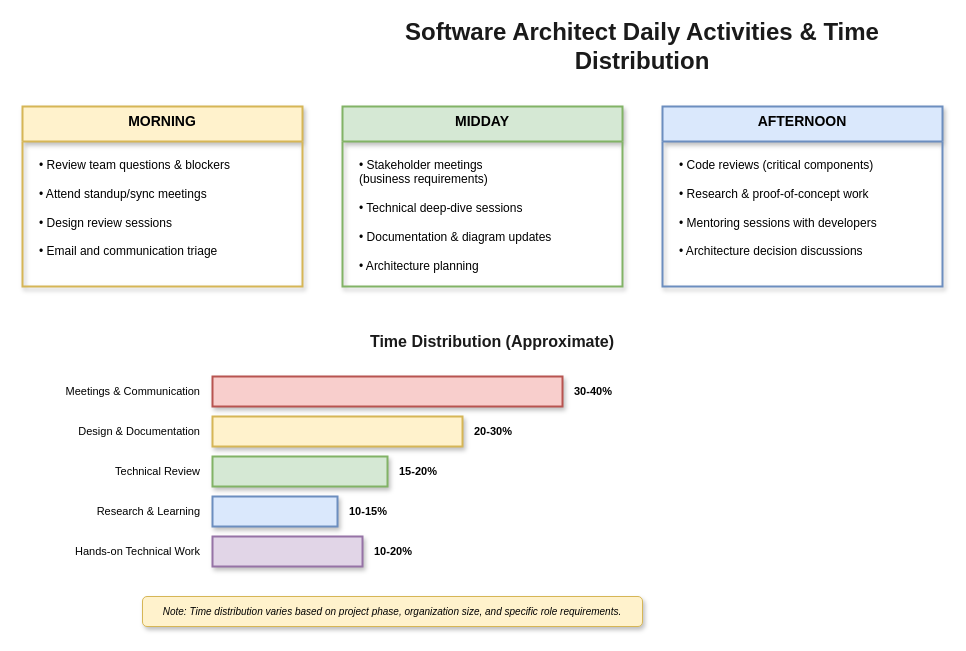
Earlier version of the draw.io diagram lesson-00-software-architect-overview/01-how-a-software-architect-works/1.2-daily-activities-time.drawio (MrParkerZ7/document-lesson-software-architect-x-claude). Source tidied: cells renumbered, new cells numbered last; positions are measured from the earlier drawing's top-left corner, leaving out a move shared by most shapes. Both pictures are drawn from the tidied source at 100%, with x=0, y=0 at pixel (22, 26).
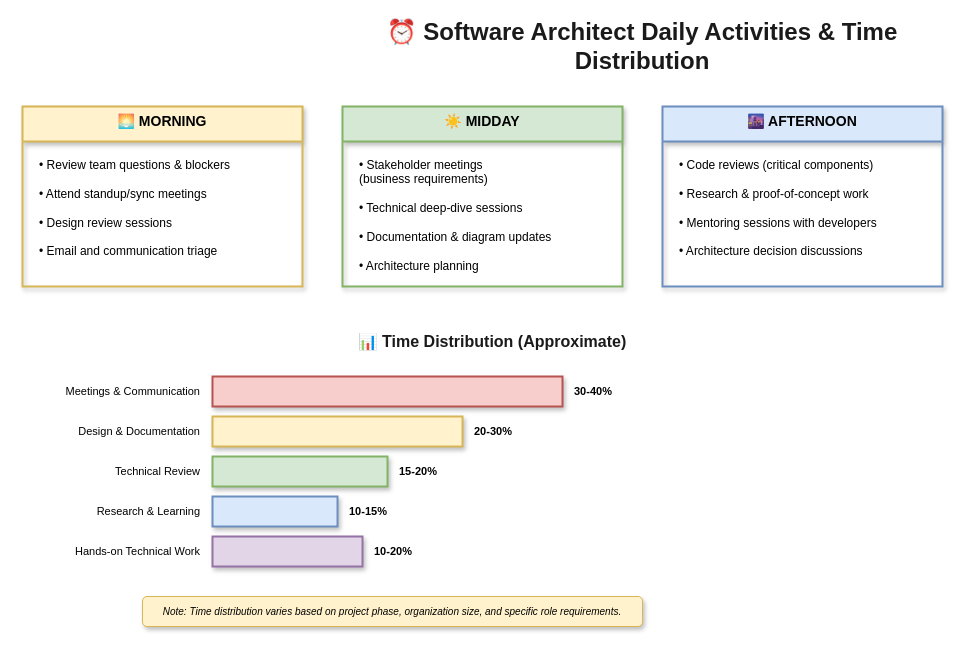
The same page after the edit.

What changed in the source:
```diff
@@
-    <mxCell id="2" value="Software Architect Daily Activities &amp; Time Distribution" style="text;html=1;strokeColor=none;fillColor=none;align=center;verticalAlign=middle;whiteSpace=wrap;rounded=0;fontSize=24;fontStyle=1;fontColor=#1a1a1a;" parent="1" vertex="1">
+    <mxCell id="2" value="⏰ Software Architect Daily Activities &amp; Time Distribution" style="text;html=1;strokeColor=none;fillColor=none;align=center;verticalAlign=middle;whiteSpace=wrap;rounded=0;fontSize=24;fontStyle=1;fontColor=#1a1a1a;" parent="1" vertex="1">
       <mxGeometry x="320" width="600" height="40" as="geometry" />
     </mxCell>
-    <mxCell id="3" value="MORNING" style="swimlane;fontStyle=1;align=center;verticalAlign=top;horizontal=1;startSize=35;fillColor=#fff2cc;strokeColor=#d6b656;fontSize=14;rounded=0;shadow=1;strokeWidth=2;" parent="1" vertex="1">
+    <mxCell id="3" value="🌅 MORNING" style="swimlane;fontStyle=1;align=center;verticalAlign=top;horizontal=1;startSize=35;fillColor=#fff2cc;strokeColor=#d6b656;fontSize=14;rounded=0;shadow=1;strokeWidth=2;" parent="1" vertex="1">
       <mxGeometry y="80" width="280" height="180" as="geometry" />
     </mxCell>
@@
-    <mxCell id="5" value="MIDDAY" style="swimlane;fontStyle=1;align=center;verticalAlign=top;horizontal=1;startSize=35;fillColor=#d5e8d4;strokeColor=#82b366;fontSize=14;rounded=0;shadow=1;strokeWidth=2;" parent="1" vertex="1">
+    <mxCell id="5" value="☀️ MIDDAY" style="swimlane;fontStyle=1;align=center;verticalAlign=top;horizontal=1;startSize=35;fillColor=#d5e8d4;strokeColor=#82b366;fontSize=14;rounded=0;shadow=1;strokeWidth=2;" parent="1" vertex="1">
       <mxGeometry x="320" y="80" width="280" height="180" as="geometry" />
     </mxCell>
@@
-    <mxCell id="7" value="AFTERNOON" style="swimlane;fontStyle=1;align=center;verticalAlign=top;horizontal=1;startSize=35;fillColor=#dae8fc;strokeColor=#6c8ebf;fontSize=14;rounded=0;shadow=1;strokeWidth=2;" parent="1" vertex="1">
+    <mxCell id="7" value="🌆 AFTERNOON" style="swimlane;fontStyle=1;align=center;verticalAlign=top;horizontal=1;startSize=35;fillColor=#dae8fc;strokeColor=#6c8ebf;fontSize=14;rounded=0;shadow=1;strokeWidth=2;" parent="1" vertex="1">
       <mxGeometry x="640" y="80" width="280" height="180" as="geometry" />
     </mxCell>
@@
-    <mxCell id="9" value="Time Distribution (Approximate)" style="text;html=1;strokeColor=none;fillColor=none;align=center;verticalAlign=middle;whiteSpace=wrap;rounded=0;fontSize=16;fontStyle=1;fontColor=#1a1a1a;" parent="1" vertex="1">
+    <mxCell id="9" value="📊 Time Distribution (Approximate)" style="text;html=1;strokeColor=none;fillColor=none;align=center;verticalAlign=middle;whiteSpace=wrap;rounded=0;fontSize=16;fontStyle=1;fontColor=#1a1a1a;" parent="1" vertex="1">
       <mxGeometry x="320" y="300" width="300" height="30" as="geometry" />
     </mxCell>
```
